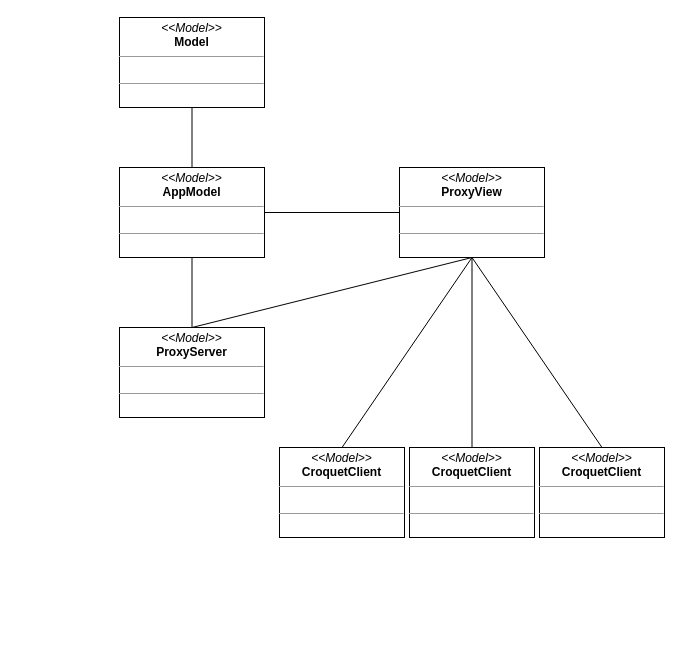
This is page "Proxy" (3 of 3) of croquet.drawio from alemazzo/croquet-adapter, a draw.io file, before an edit. Source tidied: cells renumbered, new cells numbered last; positions are measured from the earlier drawing's top-left corner, leaving out a move shared by most shapes. Both pictures are drawn from the tidied source at 100%, with x=0, y=0 at pixel (119, 17).
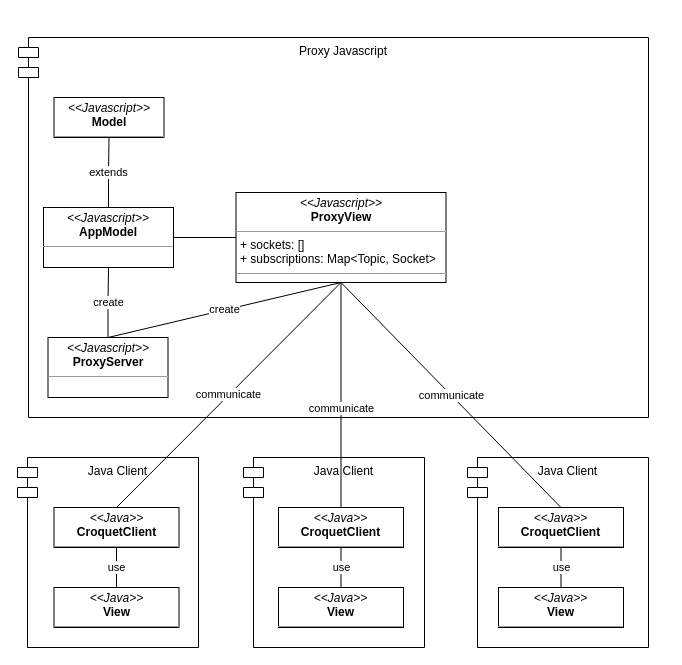
Above is the later version.

Change to the diagram source:
```diff
@@
+    <mxCell id="16" value="Java Client" style="shape=module;align=left;spacingLeft=20;align=center;verticalAlign=top;" parent="1" vertex="1">
+      <mxGeometry x="348" y="440" width="181" height="190" as="geometry" />
+    </mxCell>
+    <mxCell id="17" value="Java Client" style="shape=module;align=left;spacingLeft=20;align=center;verticalAlign=top;" parent="1" vertex="1">
+      <mxGeometry x="124" y="440" width="181" height="190" as="geometry" />
+    </mxCell>
+    <mxCell id="18" value="Java Client" style="shape=module;align=left;spacingLeft=20;align=center;verticalAlign=top;" parent="1" vertex="1">
+      <mxGeometry x="-102" y="440" width="181" height="190" as="geometry" />
+    </mxCell>
+    <mxCell id="19" value="Proxy Javascript" style="shape=module;align=left;spacingLeft=20;align=center;verticalAlign=top;" parent="1" vertex="1">
+      <mxGeometry x="-101" y="20" width="630" height="380" as="geometry" />
+    </mxCell>
-    <mxCell id="2" style="edgeStyle=orthogonalEdgeStyle;rounded=0;jettySize=auto;html=1;exitX=0.5;exitY=0;exitDx=0;exitDy=0;entryX=0.5;entryY=1;entryDx=0;entryDy=0;startArrow=none;startFill=0;endArrow=none;endFill=0;startSize=15;endSize=13;" parent="1" edge="1" source="4" target="7">
+    <mxCell id="2" value="create" style="edgeStyle=orthogonalEdgeStyle;rounded=0;jettySize=auto;html=1;exitX=0.5;exitY=0;exitDx=0;exitDy=0;entryX=0.5;entryY=1;entryDx=0;entryDy=0;startArrow=none;startFill=0;endArrow=none;endFill=0;startSize=15;endSize=13;" parent="1" edge="1" source="4" target="7">
       <mxGeometry relative="1" as="geometry" />
     </mxCell>
-    <mxCell id="3" style="rounded=0;jettySize=auto;html=1;exitX=0.5;exitY=0;exitDx=0;exitDy=0;entryX=0.5;entryY=1;entryDx=0;entryDy=0;startArrow=none;startFill=0;endArrow=none;endFill=0;startSize=15;endSize=13;" parent="1" edge="1" source="4" target="9">
+    <mxCell id="3" value="create" style="rounded=0;jettySize=auto;html=1;exitX=0.5;exitY=0;exitDx=0;exitDy=0;entryX=0.5;entryY=1;entryDx=0;entryDy=0;startArrow=none;startFill=0;endArrow=none;endFill=0;startSize=15;endSize=13;" parent="1" edge="1" source="4" target="9">
       <mxGeometry relative="1" as="geometry" />
     </mxCell>
-    <mxCell id="4" value="&lt;p style=&quot;margin:0px;margin-top:4px;text-align:center;&quot;&gt;&lt;i&gt;&amp;lt;&amp;lt;Model&amp;gt;&amp;gt;&lt;/i&gt;&lt;br&gt;&lt;b&gt;ProxyServer&lt;/b&gt;&lt;/p&gt;&lt;hr size=&quot;1&quot;&gt;&lt;p style=&quot;margin:0px;margin-left:4px;&quot;&gt;&lt;br&gt;&lt;/p&gt;&lt;hr size=&quot;1&quot;&gt;&lt;p style=&quot;margin:0px;margin-left:4px;&quot;&gt;&lt;br&gt;&lt;/p&gt;" style="verticalAlign=top;align=left;overflow=fill;fontSize=12;fontFamily=Helvetica;html=1;" parent="1" vertex="1">
-      <mxGeometry y="310" width="145" height="90" as="geometry" />
+    <mxCell id="4" value="&lt;p style=&quot;margin:0px;margin-top:4px;text-align:center;&quot;&gt;&lt;i&gt;&amp;lt;&amp;lt;&lt;/i&gt;&lt;i&gt;Javascript&lt;/i&gt;&lt;i&gt;&amp;gt;&amp;gt;&lt;/i&gt;&lt;br&gt;&lt;b&gt;ProxyServer&lt;/b&gt;&lt;/p&gt;&lt;hr size=&quot;1&quot;&gt;&lt;p style=&quot;margin:0px;margin-left:4px;&quot;&gt;&lt;br&gt;&lt;/p&gt;&lt;hr size=&quot;1&quot;&gt;&lt;p style=&quot;margin:0px;margin-left:4px;&quot;&gt;&lt;br&gt;&lt;/p&gt;" style="verticalAlign=top;align=left;overflow=fill;fontSize=12;fontFamily=Helvetica;html=1;" parent="1" vertex="1">
+      <mxGeometry x="-71.5" y="320" width="120" height="60" as="geometry" />
     </mxCell>
-    <mxCell id="5" style="edgeStyle=orthogonalEdgeStyle;rounded=0;jettySize=auto;html=1;exitX=0.5;exitY=0;exitDx=0;exitDy=0;entryX=0.5;entryY=1;entryDx=0;entryDy=0;startArrow=none;startFill=0;endArrow=none;endFill=0;startSize=15;endSize=13;" parent="1" edge="1" source="7" target="8">
+    <mxCell id="5" value="extends" style="edgeStyle=orthogonalEdgeStyle;rounded=0;jettySize=auto;html=1;exitX=0.5;exitY=0;exitDx=0;exitDy=0;entryX=0.5;entryY=1;entryDx=0;entryDy=0;startArrow=none;startFill=0;endArrow=none;endFill=0;startSize=15;endSize=13;" parent="1" edge="1" source="7" target="8">
       <mxGeometry relative="1" as="geometry" />
     </mxCell>
@@
-    <mxCell id="7" value="&lt;p style=&quot;margin:0px;margin-top:4px;text-align:center;&quot;&gt;&lt;i&gt;&amp;lt;&amp;lt;Model&amp;gt;&amp;gt;&lt;/i&gt;&lt;br&gt;&lt;b&gt;AppModel&lt;/b&gt;&lt;/p&gt;&lt;hr size=&quot;1&quot;&gt;&lt;p style=&quot;margin:0px;margin-left:4px;&quot;&gt;&lt;br&gt;&lt;/p&gt;&lt;hr size=&quot;1&quot;&gt;&lt;p style=&quot;margin:0px;margin-left:4px;&quot;&gt;&lt;br&gt;&lt;/p&gt;" style="verticalAlign=top;align=left;overflow=fill;fontSize=12;fontFamily=Helvetica;html=1;" parent="1" vertex="1">
-      <mxGeometry y="150" width="145" height="90" as="geometry" />
+    <mxCell id="7" value="&lt;p style=&quot;margin:0px;margin-top:4px;text-align:center;&quot;&gt;&lt;i&gt;&amp;lt;&amp;lt;&lt;/i&gt;&lt;i&gt;Javascript&lt;/i&gt;&lt;i&gt;&amp;gt;&amp;gt;&lt;/i&gt;&lt;br&gt;&lt;b&gt;AppModel&lt;/b&gt;&lt;/p&gt;&lt;hr size=&quot;1&quot;&gt;&lt;p style=&quot;margin:0px;margin-left:4px;&quot;&gt;&lt;br&gt;&lt;/p&gt;&lt;hr size=&quot;1&quot;&gt;&lt;p style=&quot;margin:0px;margin-left:4px;&quot;&gt;&lt;br&gt;&lt;/p&gt;" style="verticalAlign=top;align=left;overflow=fill;fontSize=12;fontFamily=Helvetica;html=1;" parent="1" vertex="1">
+      <mxGeometry x="-76" y="190" width="130" height="60" as="geometry" />
     </mxCell>
-    <mxCell id="8" value="&lt;p style=&quot;margin:0px;margin-top:4px;text-align:center;&quot;&gt;&lt;i&gt;&amp;lt;&amp;lt;Model&amp;gt;&amp;gt;&lt;/i&gt;&lt;br&gt;&lt;b&gt;Model&lt;/b&gt;&lt;/p&gt;&lt;hr size=&quot;1&quot;&gt;&lt;p style=&quot;margin:0px;margin-left:4px;&quot;&gt;&lt;br&gt;&lt;/p&gt;&lt;hr size=&quot;1&quot;&gt;&lt;p style=&quot;margin:0px;margin-left:4px;&quot;&gt;&lt;br&gt;&lt;/p&gt;" style="verticalAlign=top;align=left;overflow=fill;fontSize=12;fontFamily=Helvetica;html=1;" parent="1" vertex="1">
-      <mxGeometry width="145" height="90" as="geometry" />
+    <mxCell id="8" value="&lt;p style=&quot;margin:0px;margin-top:4px;text-align:center;&quot;&gt;&lt;i&gt;&amp;lt;&amp;lt;&lt;/i&gt;&lt;i&gt;Javascript&lt;/i&gt;&lt;i&gt;&amp;gt;&amp;gt;&lt;/i&gt;&lt;br&gt;&lt;b&gt;Model&lt;/b&gt;&lt;/p&gt;&lt;hr size=&quot;1&quot;&gt;&lt;p style=&quot;margin:0px;margin-left:4px;&quot;&gt;&lt;br&gt;&lt;/p&gt;&lt;hr size=&quot;1&quot;&gt;&lt;p style=&quot;margin:0px;margin-left:4px;&quot;&gt;&lt;br&gt;&lt;/p&gt;" style="verticalAlign=top;align=left;overflow=fill;fontSize=12;fontFamily=Helvetica;html=1;" parent="1" vertex="1">
+      <mxGeometry x="-65.5" y="80" width="110" height="40" as="geometry" />
     </mxCell>
-    <mxCell id="9" value="&lt;p style=&quot;margin:0px;margin-top:4px;text-align:center;&quot;&gt;&lt;i&gt;&amp;lt;&amp;lt;Model&amp;gt;&amp;gt;&lt;/i&gt;&lt;br&gt;&lt;b&gt;ProxyView&lt;/b&gt;&lt;/p&gt;&lt;hr size=&quot;1&quot;&gt;&lt;p style=&quot;margin:0px;margin-left:4px;&quot;&gt;&lt;br&gt;&lt;/p&gt;&lt;hr size=&quot;1&quot;&gt;&lt;p style=&quot;margin:0px;margin-left:4px;&quot;&gt;&lt;br&gt;&lt;/p&gt;" style="verticalAlign=top;align=left;overflow=fill;fontSize=12;fontFamily=Helvetica;html=1;" parent="1" vertex="1">
-      <mxGeometry x="280" y="150" width="145" height="90" as="geometry" />
+    <mxCell id="9" value="&lt;p style=&quot;margin:0px;margin-top:4px;text-align:center;&quot;&gt;&lt;i&gt;&amp;lt;&amp;lt;Javascript&amp;gt;&amp;gt;&lt;/i&gt;&lt;br&gt;&lt;b&gt;ProxyView&lt;/b&gt;&lt;/p&gt;&lt;hr size=&quot;1&quot;&gt;&lt;p style=&quot;margin:0px;margin-left:4px;&quot;&gt;+ sockets: []&lt;/p&gt;&lt;p style=&quot;margin:0px;margin-left:4px;&quot;&gt;+ subscriptions: Map&amp;lt;Topic, Socket&amp;gt;&lt;/p&gt;&lt;hr size=&quot;1&quot;&gt;&lt;p style=&quot;margin:0px;margin-left:4px;&quot;&gt;&lt;br&gt;&lt;/p&gt;" style="verticalAlign=top;align=left;overflow=fill;fontSize=12;fontFamily=Helvetica;html=1;" parent="1" vertex="1">
+      <mxGeometry x="116.5" y="175" width="210" height="90" as="geometry" />
     </mxCell>
-    <mxCell id="10" style="edgeStyle=none;rounded=0;jettySize=auto;html=1;exitX=0.5;exitY=0;exitDx=0;exitDy=0;entryX=0.5;entryY=1;entryDx=0;entryDy=0;startArrow=none;startFill=0;endArrow=none;endFill=0;startSize=15;endSize=13;" parent="1" edge="1" source="11" target="9">
+    <mxCell id="10" value="communicate" style="edgeStyle=none;rounded=0;jettySize=auto;html=1;exitX=0.5;exitY=0;exitDx=0;exitDy=0;entryX=0.5;entryY=1;entryDx=0;entryDy=0;startArrow=none;startFill=0;endArrow=none;endFill=0;startSize=15;endSize=13;" parent="1" edge="1" source="11" target="9">
       <mxGeometry relative="1" as="geometry" />
     </mxCell>
-    <mxCell id="11" value="&lt;p style=&quot;margin:0px;margin-top:4px;text-align:center;&quot;&gt;&lt;i&gt;&amp;lt;&amp;lt;Model&amp;gt;&amp;gt;&lt;/i&gt;&lt;br&gt;&lt;b&gt;CroquetClient&lt;/b&gt;&lt;/p&gt;&lt;hr size=&quot;1&quot;&gt;&lt;p style=&quot;margin:0px;margin-left:4px;&quot;&gt;&lt;br&gt;&lt;/p&gt;&lt;hr size=&quot;1&quot;&gt;&lt;p style=&quot;margin:0px;margin-left:4px;&quot;&gt;&lt;br&gt;&lt;/p&gt;" style="verticalAlign=top;align=left;overflow=fill;fontSize=12;fontFamily=Helvetica;html=1;" parent="1" vertex="1">
-      <mxGeometry x="160" y="430" width="125" height="90" as="geometry" />
+    <mxCell id="11" value="&lt;p style=&quot;margin:0px;margin-top:4px;text-align:center;&quot;&gt;&lt;i&gt;&amp;lt;&amp;lt;Java&amp;gt;&amp;gt;&lt;/i&gt;&lt;br&gt;&lt;b&gt;CroquetClient&lt;/b&gt;&lt;/p&gt;&lt;hr size=&quot;1&quot;&gt;&lt;p style=&quot;margin:0px;margin-left:4px;&quot;&gt;&lt;br&gt;&lt;/p&gt;&lt;hr size=&quot;1&quot;&gt;&lt;p style=&quot;margin:0px;margin-left:4px;&quot;&gt;&lt;br&gt;&lt;/p&gt;" style="verticalAlign=top;align=left;overflow=fill;fontSize=12;fontFamily=Helvetica;html=1;" parent="1" vertex="1">
+      <mxGeometry x="-65.5" y="490" width="125" height="40" as="geometry" />
     </mxCell>
-    <mxCell id="12" style="edgeStyle=none;rounded=0;jettySize=auto;html=1;exitX=0.5;exitY=0;exitDx=0;exitDy=0;entryX=0.5;entryY=1;entryDx=0;entryDy=0;startArrow=none;startFill=0;endArrow=none;endFill=0;startSize=15;endSize=13;" parent="1" edge="1" source="13" target="9">
-      <mxGeometry relative="1" as="geometry" />
+    <mxCell id="12" value="communicate" style="edgeStyle=none;rounded=0;jettySize=auto;html=1;exitX=0.5;exitY=0;exitDx=0;exitDy=0;entryX=0.5;entryY=1;entryDx=0;entryDy=0;startArrow=none;startFill=0;endArrow=none;endFill=0;startSize=15;endSize=13;" parent="1" edge="1" source="13" target="9">
+      <mxGeometry x="-0.12" relative="1" as="geometry" />
     </mxCell>
-    <mxCell id="13" value="&lt;p style=&quot;margin:0px;margin-top:4px;text-align:center;&quot;&gt;&lt;i&gt;&amp;lt;&amp;lt;Model&amp;gt;&amp;gt;&lt;/i&gt;&lt;br&gt;&lt;b&gt;CroquetClient&lt;/b&gt;&lt;/p&gt;&lt;hr size=&quot;1&quot;&gt;&lt;p style=&quot;margin:0px;margin-left:4px;&quot;&gt;&lt;br&gt;&lt;/p&gt;&lt;hr size=&quot;1&quot;&gt;&lt;p style=&quot;margin:0px;margin-left:4px;&quot;&gt;&lt;br&gt;&lt;/p&gt;" style="verticalAlign=top;align=left;overflow=fill;fontSize=12;fontFamily=Helvetica;html=1;" parent="1" vertex="1">
-      <mxGeometry x="290" y="430" width="125" height="90" as="geometry" />
+    <mxCell id="13" value="&lt;p style=&quot;margin:0px;margin-top:4px;text-align:center;&quot;&gt;&lt;i&gt;&amp;lt;&amp;lt;Java&amp;gt;&amp;gt;&lt;/i&gt;&lt;br&gt;&lt;b&gt;CroquetClient&lt;/b&gt;&lt;/p&gt;&lt;hr size=&quot;1&quot;&gt;&lt;p style=&quot;margin:0px;margin-left:4px;&quot;&gt;&lt;br&gt;&lt;/p&gt;&lt;hr size=&quot;1&quot;&gt;&lt;p style=&quot;margin:0px;margin-left:4px;&quot;&gt;&lt;br&gt;&lt;/p&gt;" style="verticalAlign=top;align=left;overflow=fill;fontSize=12;fontFamily=Helvetica;html=1;" parent="1" vertex="1">
+      <mxGeometry x="159" y="490" width="125" height="40" as="geometry" />
     </mxCell>
-    <mxCell id="14" style="edgeStyle=none;rounded=0;jettySize=auto;html=1;exitX=0.5;exitY=0;exitDx=0;exitDy=0;entryX=0.5;entryY=1;entryDx=0;entryDy=0;startArrow=none;startFill=0;endArrow=none;endFill=0;startSize=15;endSize=13;" parent="1" edge="1" source="15" target="9">
+    <mxCell id="14" value="communicate" style="edgeStyle=none;rounded=0;jettySize=auto;html=1;exitX=0.5;exitY=0;exitDx=0;exitDy=0;entryX=0.5;entryY=1;entryDx=0;entryDy=0;startArrow=none;startFill=0;endArrow=none;endFill=0;startSize=15;endSize=13;" parent="1" edge="1" source="15" target="9">
       <mxGeometry relative="1" as="geometry" />
     </mxCell>
-    <mxCell id="15" value="&lt;p style=&quot;margin:0px;margin-top:4px;text-align:center;&quot;&gt;&lt;i&gt;&amp;lt;&amp;lt;Model&amp;gt;&amp;gt;&lt;/i&gt;&lt;br&gt;&lt;b&gt;CroquetClient&lt;/b&gt;&lt;/p&gt;&lt;hr size=&quot;1&quot;&gt;&lt;p style=&quot;margin:0px;margin-left:4px;&quot;&gt;&lt;br&gt;&lt;/p&gt;&lt;hr size=&quot;1&quot;&gt;&lt;p style=&quot;margin:0px;margin-left:4px;&quot;&gt;&lt;br&gt;&lt;/p&gt;" style="verticalAlign=top;align=left;overflow=fill;fontSize=12;fontFamily=Helvetica;html=1;" parent="1" vertex="1">
-      <mxGeometry x="420" y="430" width="125" height="90" as="geometry" />
+    <mxCell id="15" value="&lt;p style=&quot;margin:0px;margin-top:4px;text-align:center;&quot;&gt;&lt;i&gt;&amp;lt;&amp;lt;Java&amp;gt;&amp;gt;&lt;/i&gt;&lt;br&gt;&lt;b&gt;CroquetClient&lt;/b&gt;&lt;/p&gt;&lt;hr size=&quot;1&quot;&gt;&lt;p style=&quot;margin:0px;margin-left:4px;&quot;&gt;&lt;br&gt;&lt;/p&gt;&lt;hr size=&quot;1&quot;&gt;&lt;p style=&quot;margin:0px;margin-left:4px;&quot;&gt;&lt;br&gt;&lt;/p&gt;" style="verticalAlign=top;align=left;overflow=fill;fontSize=12;fontFamily=Helvetica;html=1;" parent="1" vertex="1">
+      <mxGeometry x="379" y="490" width="125" height="40" as="geometry" />
     </mxCell>
+    <mxCell id="20" value="use" style="edgeStyle=none;rounded=0;jettySize=auto;html=1;exitX=0.5;exitY=0;exitDx=0;exitDy=0;entryX=0.5;entryY=1;entryDx=0;entryDy=0;startArrow=none;startFill=0;endArrow=none;endFill=0;startSize=15;endSize=13;" parent="1" edge="1" source="21" target="11">
+      <mxGeometry relative="1" as="geometry" />
+    </mxCell>
+    <mxCell id="21" value="&lt;p style=&quot;margin:0px;margin-top:4px;text-align:center;&quot;&gt;&lt;i&gt;&amp;lt;&amp;lt;Java&amp;gt;&amp;gt;&lt;/i&gt;&lt;br&gt;&lt;b&gt;View&lt;/b&gt;&lt;/p&gt;&lt;hr size=&quot;1&quot;&gt;&lt;p style=&quot;margin:0px;margin-left:4px;&quot;&gt;&lt;br&gt;&lt;/p&gt;&lt;hr size=&quot;1&quot;&gt;&lt;p style=&quot;margin:0px;margin-left:4px;&quot;&gt;&lt;br&gt;&lt;/p&gt;" style="verticalAlign=top;align=left;overflow=fill;fontSize=12;fontFamily=Helvetica;html=1;" parent="1" vertex="1">
+      <mxGeometry x="-65.5" y="570" width="125" height="40" as="geometry" />
+    </mxCell>
+    <mxCell id="22" value="use" style="edgeStyle=none;rounded=0;jettySize=auto;html=1;exitX=0.5;exitY=0;exitDx=0;exitDy=0;entryX=0.5;entryY=1;entryDx=0;entryDy=0;startArrow=none;startFill=0;endArrow=none;endFill=0;startSize=15;endSize=13;" parent="1" edge="1" source="23" target="13">
+      <mxGeometry relative="1" as="geometry" />
+    </mxCell>
+    <mxCell id="23" value="&lt;p style=&quot;margin:0px;margin-top:4px;text-align:center;&quot;&gt;&lt;i&gt;&amp;lt;&amp;lt;Java&amp;gt;&amp;gt;&lt;/i&gt;&lt;br&gt;&lt;b&gt;View&lt;/b&gt;&lt;/p&gt;&lt;hr size=&quot;1&quot;&gt;&lt;p style=&quot;margin:0px;margin-left:4px;&quot;&gt;&lt;br&gt;&lt;/p&gt;&lt;hr size=&quot;1&quot;&gt;&lt;p style=&quot;margin:0px;margin-left:4px;&quot;&gt;&lt;br&gt;&lt;/p&gt;" style="verticalAlign=top;align=left;overflow=fill;fontSize=12;fontFamily=Helvetica;html=1;" parent="1" vertex="1">
+      <mxGeometry x="159" y="570" width="125" height="40" as="geometry" />
+    </mxCell>
+    <mxCell id="24" value="use" style="edgeStyle=none;rounded=0;jettySize=auto;html=1;exitX=0.5;exitY=0;exitDx=0;exitDy=0;entryX=0.5;entryY=1;entryDx=0;entryDy=0;startArrow=none;startFill=0;endArrow=none;endFill=0;startSize=15;endSize=13;" parent="1" edge="1" source="25" target="15">
+      <mxGeometry relative="1" as="geometry" />
+    </mxCell>
+    <mxCell id="25" value="&lt;p style=&quot;margin:0px;margin-top:4px;text-align:center;&quot;&gt;&lt;i&gt;&amp;lt;&amp;lt;Java&amp;gt;&amp;gt;&lt;/i&gt;&lt;br&gt;&lt;b&gt;View&lt;/b&gt;&lt;/p&gt;&lt;hr size=&quot;1&quot;&gt;&lt;p style=&quot;margin:0px;margin-left:4px;&quot;&gt;&lt;br&gt;&lt;/p&gt;&lt;hr size=&quot;1&quot;&gt;&lt;p style=&quot;margin:0px;margin-left:4px;&quot;&gt;&lt;br&gt;&lt;/p&gt;" style="verticalAlign=top;align=left;overflow=fill;fontSize=12;fontFamily=Helvetica;html=1;" parent="1" vertex="1">
+      <mxGeometry x="379" y="570" width="125" height="40" as="geometry" />
+    </mxCell>
+    <mxCell id="26" style="edgeStyle=none;rounded=0;orthogonalLoop=1;jettySize=auto;html=1;entryX=1;entryY=0.5;entryDx=0;entryDy=0;startArrow=none;startFill=0;endArrow=none;endFill=0;startSize=15;endSize=13;" parent="1" edge="1" source="25" target="25">
+      <mxGeometry relative="1" as="geometry" />
+    </mxCell>
```
